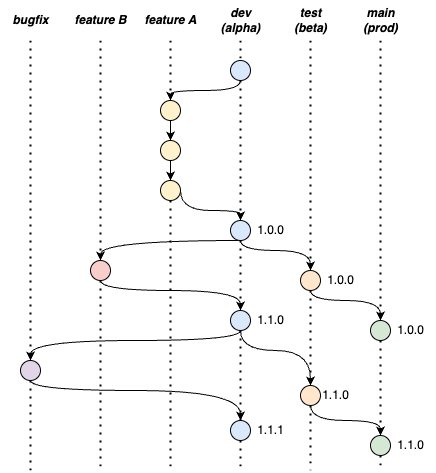
Above: img/tesi-13-branching.drawio.png in paganellif/tesi-paganelli (draw.io), before the change. Source tidied: cells renumbered, new cells last; positions are measured from the earlier drawing's top-left corner, leaving out a move shared by most shapes.
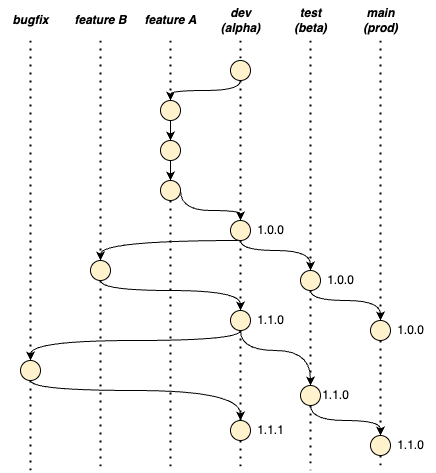
The same file after the commit.

Change to the diagram source:
```diff
@@ -42,7 +42,7 @@
         </Array>
       </mxGeometry>
     </mxCell>
-    <mxCell id="11" style="ellipse;whiteSpace=wrap;html=1;fillColor=#dae8fc;strokeColor=#000000;" parent="1" vertex="1">
+    <mxCell id="11" style="ellipse;whiteSpace=wrap;html=1;fillColor=#FFF2CC;strokeColor=#000000;" parent="1" vertex="1">
       <mxGeometry x="230" y="60" width="20" height="20" as="geometry" />
     </mxCell>
     <mxCell id="12" style="endArrow=none;dashed=1;html=1;dashPattern=1 3;strokeWidth=2;rounded=0;" parent="1" edge="1" target="11">
@@ -50,7 +50,7 @@
         <mxPoint x="240" y="40" as="sourcePoint" />
       </mxGeometry>
     </mxCell>
-    <mxCell id="13" style="ellipse;whiteSpace=wrap;html=1;fillColor=#fff2cc;strokeColor=#000000;" parent="1" vertex="1">
+    <mxCell id="13" style="ellipse;whiteSpace=wrap;html=1;fillColor=#FFF2CC;strokeColor=#000000;" parent="1" vertex="1">
       <mxGeometry x="160" y="100" width="20" height="20" as="geometry" />
     </mxCell>
     <mxCell id="14" style="endArrow=none;dashed=1;html=1;dashPattern=1 3;strokeWidth=2;rounded=0;" parent="1" edge="1" target="13">
@@ -58,7 +58,7 @@
         <mxPoint x="170" y="40" as="sourcePoint" />
       </mxGeometry>
     </mxCell>
-    <mxCell id="15" style="ellipse;whiteSpace=wrap;html=1;fillColor=#fff2cc;strokeColor=#000000;" parent="1" vertex="1">
+    <mxCell id="15" style="ellipse;whiteSpace=wrap;html=1;fillColor=#FFF2CC;strokeColor=#000000;" parent="1" vertex="1">
       <mxGeometry x="160" y="140" width="20" height="20" as="geometry" />
     </mxCell>
     <mxCell id="16" style="endArrow=classic;html=1;strokeWidth=1;rounded=0;startArrow=none;endFill=1;" parent="1" edge="1" source="13" target="15">
@@ -72,7 +72,7 @@
         </Array>
       </mxGeometry>
     </mxCell>
-    <mxCell id="18" style="ellipse;whiteSpace=wrap;html=1;fillColor=#fff2cc;strokeColor=#000000;" parent="1" vertex="1">
+    <mxCell id="18" style="ellipse;whiteSpace=wrap;html=1;fillColor=#FFF2CC;strokeColor=#000000;" parent="1" vertex="1">
       <mxGeometry x="160" y="180" width="20" height="20" as="geometry" />
     </mxCell>
     <mxCell id="19" style="endArrow=classic;html=1;strokeWidth=1;rounded=0;startArrow=none;endFill=1;" parent="1" edge="1" source="15" target="18">
@@ -93,7 +93,7 @@
         </Array>
       </mxGeometry>
     </mxCell>
-    <mxCell id="22" style="ellipse;whiteSpace=wrap;html=1;fillColor=#dae8fc;strokeColor=#000000;" parent="1" vertex="1">
+    <mxCell id="22" style="ellipse;whiteSpace=wrap;html=1;fillColor=#FFF2CC;strokeColor=#000000;" parent="1" vertex="1">
       <mxGeometry x="230" y="220" width="20" height="20" as="geometry" />
     </mxCell>
     <mxCell id="23" style="endArrow=none;dashed=1;html=1;dashPattern=1 3;strokeWidth=2;rounded=0;startArrow=none;" parent="1" edge="1" source="11" target="22">
@@ -109,7 +109,7 @@
         </Array>
       </mxGeometry>
     </mxCell>
-    <mxCell id="25" style="ellipse;whiteSpace=wrap;html=1;fillColor=#ffe6cc;strokeColor=#000000;" parent="1" vertex="1">
+    <mxCell id="25" style="ellipse;whiteSpace=wrap;html=1;fillColor=#FFF2CC;strokeColor=#000000;" parent="1" vertex="1">
       <mxGeometry x="300" y="270" width="20" height="20" as="geometry" />
     </mxCell>
     <mxCell id="26" style="endArrow=none;dashed=1;html=1;dashPattern=1 3;strokeWidth=2;rounded=0;" parent="1" edge="1" target="25">
@@ -117,7 +117,7 @@
         <mxPoint x="310" y="40" as="sourcePoint" />
       </mxGeometry>
     </mxCell>
-    <mxCell id="27" style="ellipse;whiteSpace=wrap;html=1;fillColor=#d5e8d4;strokeColor=#000000;" parent="1" vertex="1">
+    <mxCell id="27" style="ellipse;whiteSpace=wrap;html=1;fillColor=#FFF2CC;strokeColor=#000000;" parent="1" vertex="1">
       <mxGeometry x="370" y="320" width="20" height="20" as="geometry" />
     </mxCell>
     <mxCell id="28" style="endArrow=none;dashed=1;html=1;dashPattern=1 3;strokeWidth=2;rounded=0;" parent="1" edge="1" target="27">
@@ -141,7 +141,7 @@
         </Array>
       </mxGeometry>
     </mxCell>
-    <mxCell id="32" style="ellipse;whiteSpace=wrap;html=1;fillColor=#f8cecc;strokeColor=#000000;" parent="1" vertex="1">
+    <mxCell id="32" style="ellipse;whiteSpace=wrap;html=1;fillColor=#FFF2CC;strokeColor=#000000;" parent="1" vertex="1">
       <mxGeometry x="90" y="260" width="20" height="20" as="geometry" />
     </mxCell>
     <mxCell id="33" style="endArrow=none;dashed=1;html=1;dashPattern=1 3;strokeWidth=2;rounded=0;" parent="1" edge="1" target="32">
@@ -157,7 +157,7 @@
         </Array>
       </mxGeometry>
     </mxCell>
-    <mxCell id="35" style="ellipse;whiteSpace=wrap;html=1;fillColor=#dae8fc;strokeColor=#000000;" parent="1" vertex="1">
+    <mxCell id="35" style="ellipse;whiteSpace=wrap;html=1;fillColor=#FFF2CC;strokeColor=#000000;" parent="1" vertex="1">
       <mxGeometry x="230" y="310" width="20" height="20" as="geometry" />
     </mxCell>
     <mxCell id="36" style="endArrow=none;dashed=1;html=1;dashPattern=1 3;strokeWidth=2;rounded=0;startArrow=none;" parent="1" edge="1" source="22" target="35">
@@ -171,7 +171,7 @@
         </Array>
       </mxGeometry>
     </mxCell>
-    <mxCell id="38" style="ellipse;whiteSpace=wrap;html=1;fillColor=#ffe6cc;strokeColor=#000000;" parent="1" vertex="1">
+    <mxCell id="38" style="ellipse;whiteSpace=wrap;html=1;fillColor=#FFF2CC;strokeColor=#000000;" parent="1" vertex="1">
       <mxGeometry x="300" y="385" width="20" height="20" as="geometry" />
     </mxCell>
     <mxCell id="39" style="endArrow=none;dashed=1;html=1;dashPattern=1 3;strokeWidth=2;rounded=0;startArrow=none;" parent="1" edge="1" source="25" target="38">
@@ -207,7 +207,7 @@
         </Array>
       </mxGeometry>
     </mxCell>
-    <mxCell id="46" style="ellipse;whiteSpace=wrap;html=1;fillColor=#e1d5e7;strokeColor=#000000;" parent="1" vertex="1">
+    <mxCell id="46" style="ellipse;whiteSpace=wrap;html=1;fillColor=#FFF2CC;strokeColor=#000000;" parent="1" vertex="1">
       <mxGeometry x="20" y="360" width="20" height="20" as="geometry" />
     </mxCell>
     <mxCell id="47" style="endArrow=none;dashed=1;html=1;dashPattern=1 3;strokeWidth=2;rounded=0;" parent="1" edge="1" target="46">
@@ -218,13 +218,13 @@
     <mxCell id="48" value="&lt;b&gt;&lt;i&gt;bugfix&lt;/i&gt;&lt;/b&gt;" style="text;html=1;align=center;verticalAlign=middle;strokeColor=none;fillColor=none;" parent="1" vertex="1">
       <mxGeometry y="5" width="60" height="30" as="geometry" />
     </mxCell>
-    <mxCell id="49" style="ellipse;whiteSpace=wrap;html=1;fillColor=#dae8fc;strokeColor=#000000;" parent="1" vertex="1">
+    <mxCell id="49" style="ellipse;whiteSpace=wrap;html=1;fillColor=#FFF2CC;strokeColor=#000000;" parent="1" vertex="1">
       <mxGeometry x="230" y="420" width="20" height="20" as="geometry" />
     </mxCell>
     <mxCell id="50" style="endArrow=none;dashed=1;html=1;dashPattern=1 3;strokeWidth=2;rounded=0;startArrow=none;" parent="1" edge="1" source="35" target="49">
       <mxGeometry relative="1" as="geometry" />
     </mxCell>
-    <mxCell id="51" style="ellipse;whiteSpace=wrap;html=1;fillColor=#d5e8d4;strokeColor=#000000;" parent="1" vertex="1">
+    <mxCell id="51" style="ellipse;whiteSpace=wrap;html=1;fillColor=#FFF2CC;strokeColor=#000000;" parent="1" vertex="1">
       <mxGeometry x="370" y="435" width="20" height="20" as="geometry" />
     </mxCell>
     <mxCell id="52" style="endArrow=none;dashed=1;html=1;dashPattern=1 3;strokeWidth=2;rounded=0;startArrow=none;" parent="1" edge="1" source="27" target="51">
```
